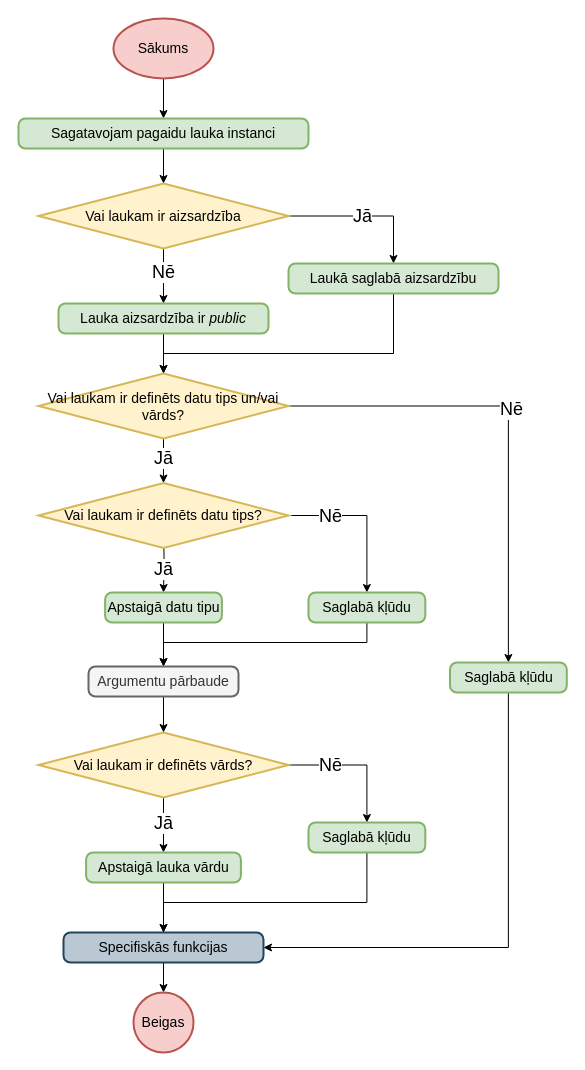
artiks12/webAppOS keeps this draw.io diagram as page "Lauka pamatkompilēšana" (2 of 5) of src/Qualification project/Documentation/Diagrammas/Kompilators/Lauki un mainīgie.drawio. Above is the earlier version. Source tidied: cells renumbered, new cells numbered last; positions are measured from the earlier drawing's top-left corner, leaving out a move shared by most shapes. Both pictures are drawn from the tidied source at 100%, with x=0, y=0 at pixel (18, 18).
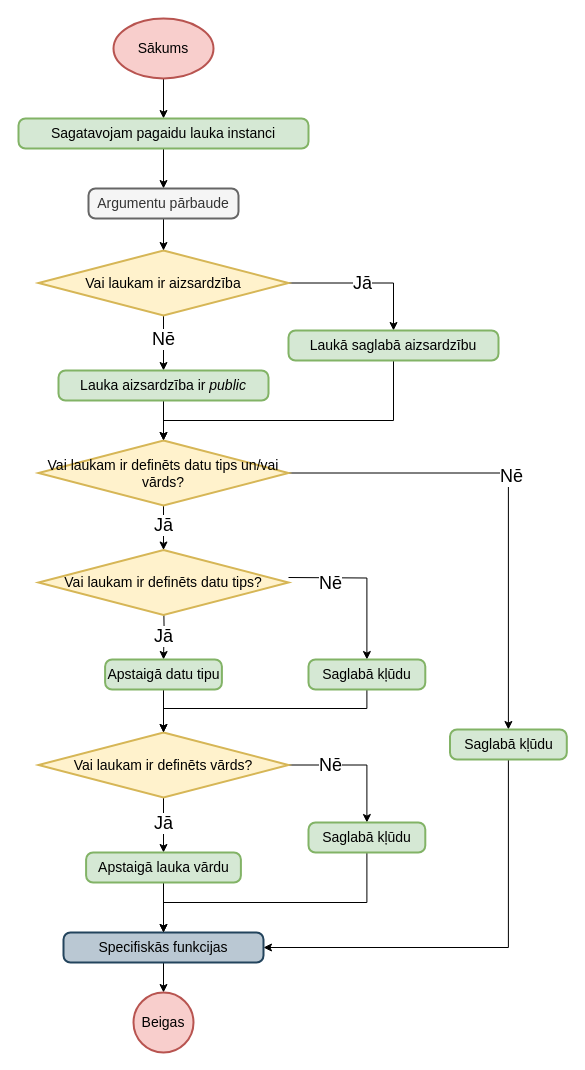
Above is the later version.

The change refers to these unchanged cells:
```xml
<mxCell id="10" value="Sagatavojam pagaidu lauka instanci" style="rounded=1;whiteSpace=wrap;html=1;absoluteArcSize=1;arcSize=14;strokeWidth=2;fontSize=14;fillColor=#d5e8d4;strokeColor=#82b366;" parent="1" vertex="1">
  <mxGeometry y="100" width="290" height="30" as="geometry" />
</mxCell>
<mxCell id="28" value="Vai laukam ir definēts vārds?" style="strokeWidth=2;html=1;shape=mxgraph.flowchart.decision;whiteSpace=wrap;fontSize=14;fillColor=#fff2cc;strokeColor=#d6b656;" parent="1" vertex="1">
  <mxGeometry x="20" y="714" width="250" height="65" as="geometry" />
</mxCell>
```

Diff of the diagram source:
```diff
@@
     <mxCell id="4" style="edgeStyle=orthogonalEdgeStyle;rounded=0;jettySize=auto;html=1;exitX=1;exitY=0.5;exitDx=0;exitDy=0;exitPerimeter=0;entryX=0.5;entryY=0;entryDx=0;entryDy=0;" parent="1" edge="1" source="8" target="12">
       <mxGeometry relative="1" as="geometry">
         <Array as="points">
-          <mxPoint x="375.5" y="198" />
+          <mxPoint x="375.5" y="265" />
         </Array>
       </mxGeometry>
     </mxCell>
@@
     <mxCell id="8" value="Vai laukam ir aizsardzība" style="strokeWidth=2;html=1;shape=mxgraph.flowchart.decision;whiteSpace=wrap;fontSize=14;fillColor=#fff2cc;strokeColor=#d6b656;" parent="1" vertex="1">
-      <mxGeometry x="20" y="165" width="250" height="65" as="geometry" />
+      <mxGeometry x="20" y="232" width="250" height="65" as="geometry" />
     </mxCell>
-    <mxCell id="9" style="edgeStyle=orthogonalEdgeStyle;rounded=0;jettySize=auto;html=1;entryX=0.5;entryY=0;entryDx=0;entryDy=0;fontSize=18;entryPerimeter=0;" parent="1" edge="1" source="10" target="8">
+    <mxCell id="9" style="edgeStyle=orthogonalEdgeStyle;rounded=0;jettySize=auto;html=1;entryX=0.5;entryY=0;entryDx=0;entryDy=0;fontSize=18;" parent="1" edge="1" source="10" target="44">
       <mxGeometry relative="1" as="geometry" />
     </mxCell>
@@
     <mxCell id="11" style="edgeStyle=orthogonalEdgeStyle;rounded=0;jettySize=auto;html=1;entryX=0.5;entryY=0;entryDx=0;entryDy=0;entryPerimeter=0;exitX=0.5;exitY=1;exitDx=0;exitDy=0;" parent="1" edge="1" source="12" target="17">
       <mxGeometry relative="1" as="geometry">
         <Array as="points">
-          <mxPoint x="375.5" y="335" />
-          <mxPoint x="145.5" y="335" />
+          <mxPoint x="375.5" y="402" />
+          <mxPoint x="145.5" y="402" />
         </Array>
       </mxGeometry>
     </mxCell>
     <mxCell id="12" value="Laukā saglabā aizsardzību" style="rounded=1;whiteSpace=wrap;html=1;absoluteArcSize=1;arcSize=14;strokeWidth=2;fontSize=14;fillColor=#d5e8d4;strokeColor=#82b366;" parent="1" vertex="1">
-      <mxGeometry x="270" y="245" width="210" height="30" as="geometry" />
+      <mxGeometry x="270" y="312" width="210" height="30" as="geometry" />
     </mxCell>
     <mxCell id="13" style="edgeStyle=orthogonalEdgeStyle;rounded=0;jettySize=auto;html=1;exitX=1;exitY=0.5;exitDx=0;exitDy=0;exitPerimeter=0;entryX=0.5;entryY=0;entryDx=0;entryDy=0;" parent="1" edge="1" source="17" target="20">
       <mxGeometry relative="1" as="geometry">
         <Array as="points">
-          <mxPoint x="489.5" y="388" />
+          <mxPoint x="489.5" y="455" />
         </Array>
       </mxGeometry>
     </mxCell>
@@
     <mxCell id="17" value="Vai laukam ir definēts datu tips un/vai vārds?" style="strokeWidth=2;html=1;shape=mxgraph.flowchart.decision;whiteSpace=wrap;fontSize=14;fillColor=#fff2cc;strokeColor=#d6b656;" parent="1" vertex="1">
-      <mxGeometry x="20" y="355" width="250" height="65" as="geometry" />
+      <mxGeometry x="20" y="422" width="250" height="65" as="geometry" />
     </mxCell>
     <mxCell id="18" style="edgeStyle=orthogonalEdgeStyle;rounded=0;jettySize=auto;html=1;entryX=0.5;entryY=0;entryDx=0;entryDy=0;" parent="1" edge="1" target="30">
       <mxGeometry relative="1" as="geometry">
-        <mxPoint x="145.1" y="512" as="sourcePoint" />
+        <mxPoint x="145.1" y="579" as="sourcePoint" />
       </mxGeometry>
     </mxCell>
@@
     <mxCell id="20" value="Saglabā kļūdu" style="rounded=1;whiteSpace=wrap;html=1;absoluteArcSize=1;arcSize=14;strokeWidth=2;fontSize=14;fillColor=#d5e8d4;strokeColor=#82b366;" parent="1" vertex="1">
-      <mxGeometry x="431.5" y="644" width="116.8" height="30" as="geometry" />
+      <mxGeometry x="431.5" y="711" width="116.8" height="30" as="geometry" />
     </mxCell>
@@
-    <mxCell id="24" style="edgeStyle=orthogonalEdgeStyle;rounded=0;jettySize=auto;html=1;entryX=0.5;entryY=0;entryDx=0;entryDy=0;" parent="1" edge="1" source="25" target="35">
-      <mxGeometry relative="1" as="geometry" />
+    <mxCell id="24" style="edgeStyle=orthogonalEdgeStyle;rounded=0;jettySize=auto;html=1;entryX=0.5;entryY=0;entryDx=0;entryDy=0;" parent="1" edge="1" target="35">
+      <mxGeometry relative="1" as="geometry">
+        <mxPoint x="270" y="559" as="sourcePoint" />
+      </mxGeometry>
     </mxCell>
     <mxCell id="25" value="Vai laukam ir definēts datu tips?" style="strokeWidth=2;html=1;shape=mxgraph.flowchart.decision;whiteSpace=wrap;fontSize=14;fillColor=#fff2cc;strokeColor=#d6b656;" parent="1" vertex="1">
-      <mxGeometry x="20" y="464.5" width="250" height="65" as="geometry" />
+      <mxGeometry x="20" y="531.5" width="250" height="65" as="geometry" />
     </mxCell>
@@
-    <mxCell id="29" style="edgeStyle=orthogonalEdgeStyle;rounded=0;jettySize=auto;html=1;entryX=0.5;entryY=0;entryDx=0;entryDy=0;" parent="1" edge="1" source="30" target="44">
+    <mxCell id="29" style="edgeStyle=orthogonalEdgeStyle;rounded=0;jettySize=auto;html=1;entryX=0.5;entryY=0;entryDx=0;entryDy=0;entryPerimeter=0;" parent="1" edge="1" source="30" target="28">
       <mxGeometry relative="1" as="geometry" />
     </mxCell>
     <mxCell id="30" value="Apstaigā datu tipu" style="rounded=1;whiteSpace=wrap;html=1;absoluteArcSize=1;arcSize=14;strokeWidth=2;fontSize=14;fillColor=#d5e8d4;strokeColor=#82b366;" parent="1" vertex="1">
-      <mxGeometry x="86.6" y="574" width="116.8" height="30" as="geometry" />
+      <mxGeometry x="86.6" y="641" width="116.8" height="30" as="geometry" />
     </mxCell>
     <mxCell id="31" value="&lt;font style=&quot;font-size: 18px&quot;&gt;Jā&lt;/font&gt;" style="edgeLabel;html=1;align=center;verticalAlign=middle;" parent="1" vertex="1">
-      <mxGeometry x="144" y="550" as="geometry" />
+      <mxGeometry x="144" y="617" as="geometry" />
     </mxCell>
@@
-    <mxCell id="34" style="edgeStyle=orthogonalEdgeStyle;rounded=0;jettySize=auto;html=1;entryX=0.5;entryY=0;entryDx=0;entryDy=0;exitX=0.5;exitY=1;exitDx=0;exitDy=0;" parent="1" edge="1" source="35" target="44">
+    <mxCell id="34" style="edgeStyle=orthogonalEdgeStyle;rounded=0;jettySize=auto;html=1;entryX=0.5;entryY=0;entryDx=0;entryDy=0;exitX=0.5;exitY=1;exitDx=0;exitDy=0;entryPerimeter=0;" parent="1" edge="1" source="35" target="28">
       <mxGeometry relative="1" as="geometry">
         <Array as="points">
-          <mxPoint x="348.5" y="624" />
-          <mxPoint x="145.5" y="624" />
+          <mxPoint x="348" y="690" />
+          <mxPoint x="145" y="690" />
         </Array>
       </mxGeometry>
     </mxCell>
     <mxCell id="35" value="Saglabā kļūdu" style="rounded=1;whiteSpace=wrap;html=1;absoluteArcSize=1;arcSize=14;strokeWidth=2;fontSize=14;fillColor=#d5e8d4;strokeColor=#82b366;" parent="1" vertex="1">
-      <mxGeometry x="290" y="574" width="116.8" height="30" as="geometry" />
+      <mxGeometry x="290" y="641" width="116.8" height="30" as="geometry" />
     </mxCell>
@@
     <mxCell id="37" value="&lt;font style=&quot;font-size: 18px&quot;&gt;Nē&lt;/font&gt;" style="edgeLabel;html=1;align=center;verticalAlign=middle;" parent="1" vertex="1">
-      <mxGeometry x="311.5" y="497" as="geometry" />
+      <mxGeometry x="311.5" y="564" as="geometry" />
     </mxCell>
@@
     <mxCell id="42" value="Lauka aizsardzība ir &lt;i&gt;public&lt;/i&gt;" style="rounded=1;whiteSpace=wrap;html=1;absoluteArcSize=1;arcSize=14;strokeWidth=2;fontSize=14;fillColor=#d5e8d4;strokeColor=#82b366;" parent="1" vertex="1">
-      <mxGeometry x="40" y="285" width="210" height="30" as="geometry" />
+      <mxGeometry x="40" y="352" width="210" height="30" as="geometry" />
     </mxCell>
-    <mxCell id="43" style="edgeStyle=orthogonalEdgeStyle;rounded=0;jettySize=auto;html=1;entryX=0.5;entryY=0;entryDx=0;entryDy=0;entryPerimeter=0;fontSize=18;" parent="1" edge="1" source="44" target="28">
-      <mxGeometry relative="1" as="geometry" />
-    </mxCell>
+    <mxCell id="45" style="edgeStyle=orthogonalEdgeStyle;rounded=0;jettySize=auto;html=1;" parent="1" edge="1" source="44" target="8">
+      <mxGeometry relative="1" as="geometry" />
+    </mxCell>
     <mxCell id="44" value="Argumentu pārbaude" style="rounded=1;whiteSpace=wrap;html=1;absoluteArcSize=1;arcSize=14;strokeWidth=2;fontSize=14;fillColor=#f5f5f5;strokeColor=#666666;fontColor=#333333;" parent="1" vertex="1">
-      <mxGeometry x="70" y="648" width="150" height="30" as="geometry" />
+      <mxGeometry x="70" y="170" width="150" height="30" as="geometry" />
     </mxCell>
```
